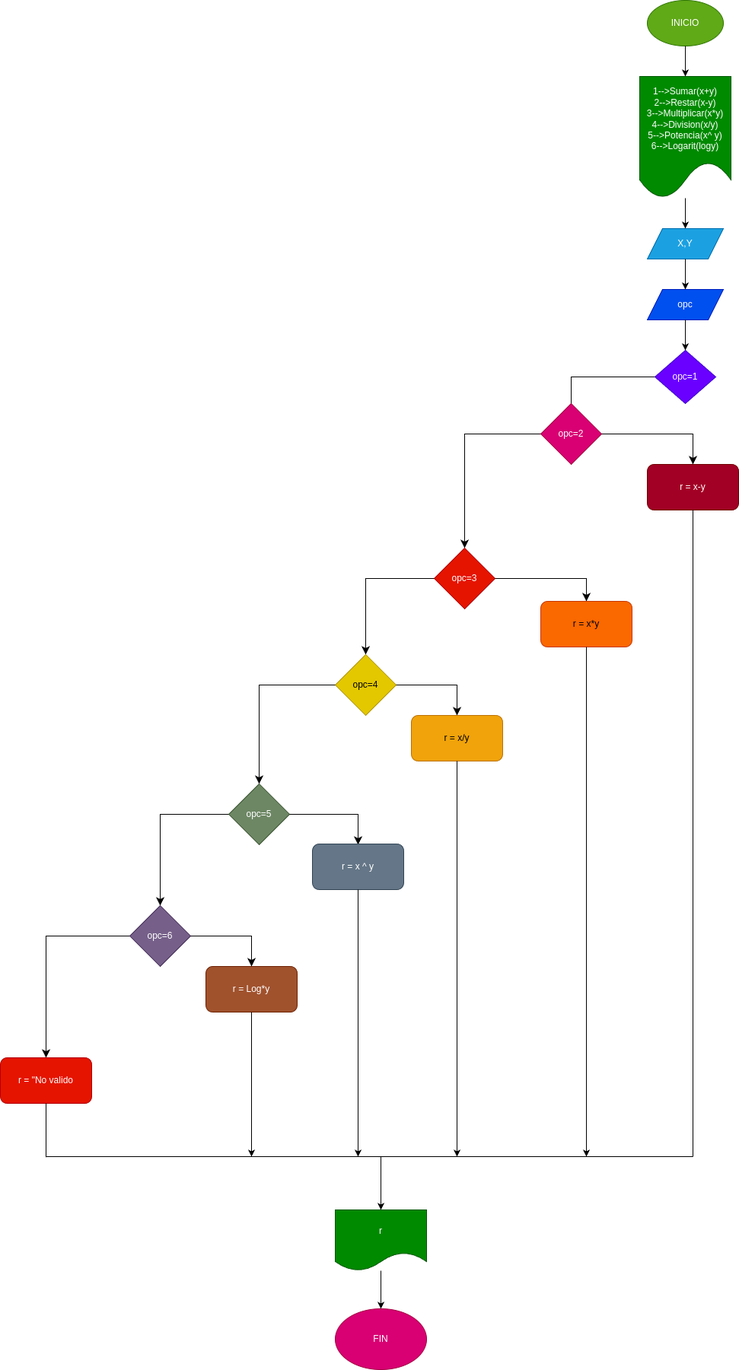
Above: diagrama.png in Jo4hdr/Mini_Calculadora_Guanentina (draw.io), before the change. Source tidied: cells renumbered, new cells last; positions are measured from the earlier drawing's top-left corner, leaving out a move shared by most shapes.
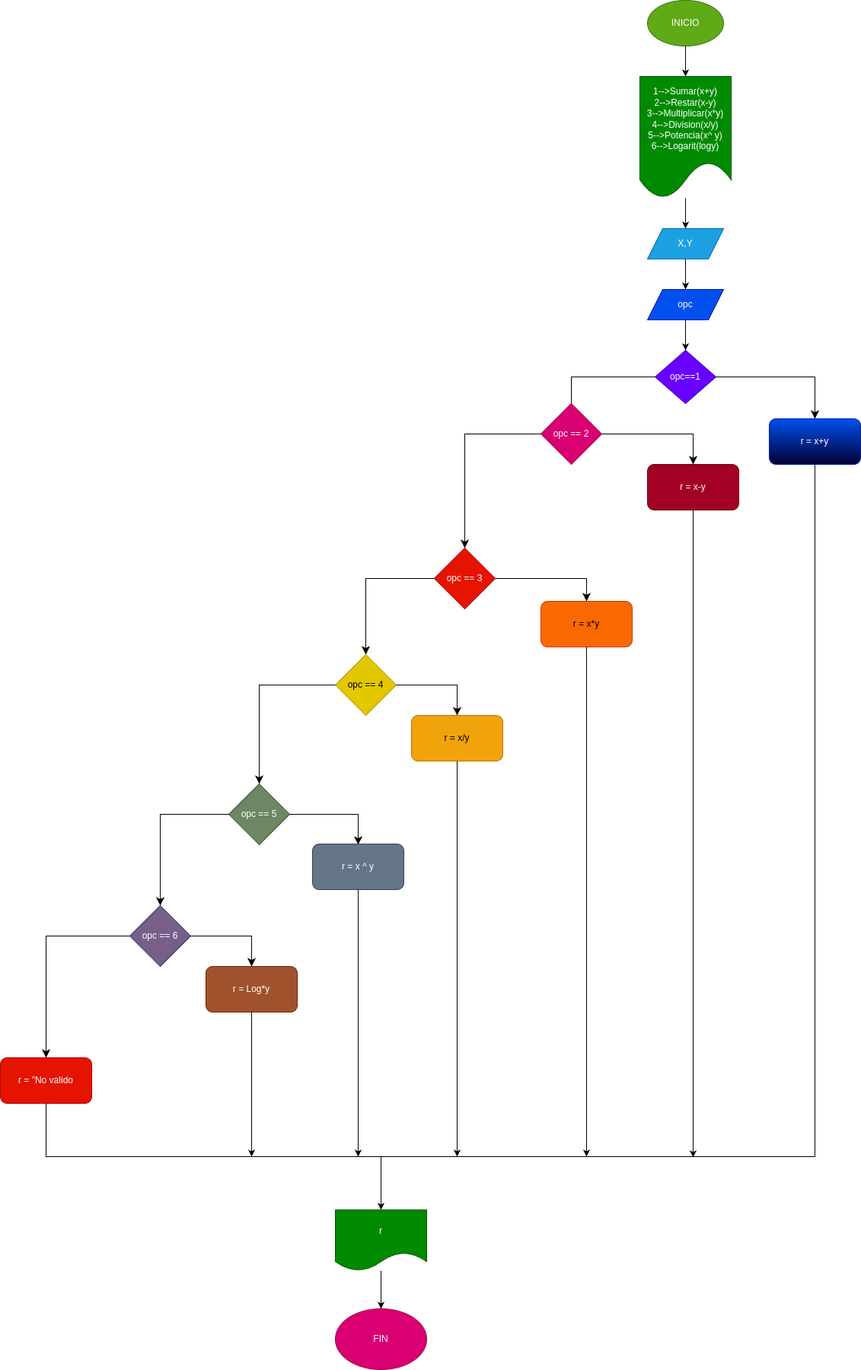
After the commit.

The edit, as a diff of the source:
```diff
@@ -34,7 +34,7 @@
         <mxPoint x="900" y="460" as="targetPoint" />
       </mxGeometry>
     </mxCell>
-    <mxCell id="10" value="opc=1" style="rhombus;whiteSpace=wrap;html=1;fillColor=#6a00ff;fontColor=#ffffff;strokeColor=#3700CC;" parent="1" vertex="1">
+    <mxCell id="10" value="opc==1" style="rhombus;whiteSpace=wrap;html=1;fillColor=#6a00ff;fontColor=#ffffff;strokeColor=#3700CC;" parent="1" vertex="1">
       <mxGeometry x="860" y="460" width="80" height="70" as="geometry" />
     </mxCell>
     <mxCell id="11" style="edgeStyle=elbowEdgeStyle;elbow=vertical;endArrow=classic;html=1;curved=0;rounded=0;endSize=8;startSize=8;" parent="1" edge="1" source="10">
@@ -46,7 +46,7 @@
         </Array>
       </mxGeometry>
     </mxCell>
-    <mxCell id="12" value="opc=2" style="rhombus;whiteSpace=wrap;html=1;fillColor=#d80073;fontColor=#ffffff;strokeColor=#A50040;" parent="1" vertex="1">
+    <mxCell id="12" value="opc == 2" style="rhombus;whiteSpace=wrap;html=1;fillColor=#d80073;fontColor=#ffffff;strokeColor=#A50040;" parent="1" vertex="1">
       <mxGeometry x="710" y="530" width="80" height="80" as="geometry" />
     </mxCell>
     <mxCell id="13" style="edgeStyle=segmentEdgeStyle;endArrow=classic;html=1;curved=0;rounded=0;endSize=8;startSize=8;" parent="1" edge="1" source="12">
@@ -62,7 +62,7 @@
         <mxPoint x="610" y="720" as="targetPoint" />
       </mxGeometry>
     </mxCell>
-    <mxCell id="16" value="opc=3" style="rhombus;whiteSpace=wrap;html=1;fillColor=#e51400;fontColor=#ffffff;strokeColor=#B20000;" parent="1" vertex="1">
+    <mxCell id="16" value="opc == 3" style="rhombus;whiteSpace=wrap;html=1;fillColor=#e51400;fontColor=#ffffff;strokeColor=#B20000;" parent="1" vertex="1">
       <mxGeometry x="570" y="720" width="80" height="80" as="geometry" />
     </mxCell>
     <mxCell id="17" style="edgeStyle=segmentEdgeStyle;endArrow=classic;html=1;curved=0;rounded=0;endSize=8;startSize=8;" parent="1" edge="1" source="16" target="18">
@@ -76,7 +76,7 @@
         <mxPoint x="480" y="860" as="targetPoint" />
       </mxGeometry>
     </mxCell>
-    <mxCell id="20" value="opc=4" style="rhombus;whiteSpace=wrap;html=1;fillColor=#e3c800;fontColor=#000000;strokeColor=#B09500;" parent="1" vertex="1">
+    <mxCell id="20" value="opc == 4" style="rhombus;whiteSpace=wrap;html=1;fillColor=#e3c800;fontColor=#000000;strokeColor=#B09500;" parent="1" vertex="1">
       <mxGeometry x="440" y="860" width="80" height="80" as="geometry" />
     </mxCell>
     <mxCell id="21" style="edgeStyle=segmentEdgeStyle;endArrow=classic;html=1;curved=0;rounded=0;endSize=8;startSize=8;" parent="1" edge="1" source="20">
@@ -92,7 +92,7 @@
         <mxPoint x="340" y="1030" as="targetPoint" />
       </mxGeometry>
     </mxCell>
-    <mxCell id="24" value="opc=5" style="rhombus;whiteSpace=wrap;html=1;fillColor=#6d8764;fontColor=#ffffff;strokeColor=#3A5431;" parent="1" vertex="1">
+    <mxCell id="24" value="opc == 5" style="rhombus;whiteSpace=wrap;html=1;fillColor=#6d8764;fontColor=#ffffff;strokeColor=#3A5431;" parent="1" vertex="1">
       <mxGeometry x="300" y="1030" width="80" height="80" as="geometry" />
     </mxCell>
     <mxCell id="25" style="edgeStyle=segmentEdgeStyle;endArrow=classic;html=1;curved=0;rounded=0;endSize=8;startSize=8;" parent="1" edge="1" source="24">
@@ -108,7 +108,7 @@
     <mxCell id="27" value="r = x ^ y" style="rounded=1;whiteSpace=wrap;html=1;fillColor=#647687;fontColor=#ffffff;strokeColor=#314354;" parent="1" vertex="1">
       <mxGeometry x="410" y="1109" width="120" height="60" as="geometry" />
     </mxCell>
-    <mxCell id="28" value="opc=6" style="rhombus;whiteSpace=wrap;html=1;fillColor=#76608a;fontColor=#ffffff;strokeColor=#432D57;" parent="1" vertex="1">
+    <mxCell id="28" value="opc == 6" style="rhombus;whiteSpace=wrap;html=1;fillColor=#76608a;fontColor=#ffffff;strokeColor=#432D57;" parent="1" vertex="1">
       <mxGeometry x="170" y="1190" width="80" height="80" as="geometry" />
     </mxCell>
     <mxCell id="29" style="edgeStyle=segmentEdgeStyle;endArrow=classic;html=1;curved=0;rounded=0;endSize=8;startSize=8;" parent="1" edge="1" source="28">
@@ -142,15 +142,10 @@
         <mxPoint x="330" y="1520" as="targetPoint" />
       </mxGeometry>
     </mxCell>
-    <mxCell id="36" style="endArrow=none;html=1;" parent="1" edge="1" source="14">
-      <mxGeometry relative="1" as="geometry">
-        <mxPoint x="910" y="1520" as="targetPoint" />
-      </mxGeometry>
-    </mxCell>
     <mxCell id="37" style="endArrow=none;html=1;" parent="1" edge="1">
       <mxGeometry relative="1" as="geometry">
         <mxPoint x="60" y="1520" as="sourcePoint" />
-        <mxPoint x="910" y="1520" as="targetPoint" />
+        <mxPoint x="1070" y="1520" as="targetPoint" />
       </mxGeometry>
     </mxCell>
     <mxCell id="38" style="endArrow=none;html=1;" parent="1" edge="1" source="32">
@@ -180,5 +175,23 @@
     <mxCell id="43" value="FIN" style="ellipse;whiteSpace=wrap;html=1;fillColor=#d80073;fontColor=#ffffff;strokeColor=#A50040;" parent="1" vertex="1">
       <mxGeometry x="440" y="1720" width="120" height="80" as="geometry" />
     </mxCell>
+    <mxCell id="44" style="edgeStyle=segmentEdgeStyle;endArrow=classic;html=1;curved=0;rounded=0;endSize=8;startSize=8;" parent="1" edge="1" source="10">
+      <mxGeometry relative="1" as="geometry">
+        <mxPoint x="1070" y="550" as="targetPoint" />
+      </mxGeometry>
+    </mxCell>
+    <mxCell id="45" value="r = x+y" style="rounded=1;whiteSpace=wrap;html=1;fillColor=#0050ef;fontColor=#ffffff;strokeColor=#001DBC;gradientColor=#000033;" parent="1" vertex="1">
+      <mxGeometry x="1010" y="550" width="120" height="60" as="geometry" />
+    </mxCell>
+    <mxCell id="46" style="endArrow=none;html=1;" parent="1" edge="1" source="45">
+      <mxGeometry relative="1" as="geometry">
+        <mxPoint x="1070" y="1520" as="targetPoint" />
+      </mxGeometry>
+    </mxCell>
+    <mxCell id="47" style="endArrow=classic;html=1;" parent="1" edge="1" source="14">
+      <mxGeometry relative="1" as="geometry">
+        <mxPoint x="910" y="1521" as="targetPoint" />
+      </mxGeometry>
+    </mxCell>
   </root>
 </mxGraphModel>
```
